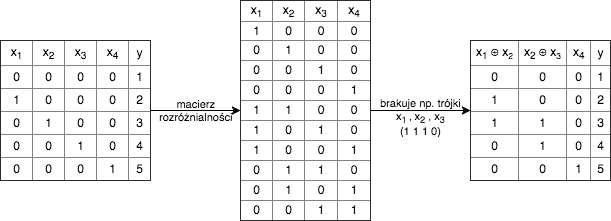
The draw.io diagram paper/chapter03/multiple-decomposition.png in OrdonTeam/MasterThesis, before a commit. Source tidied: cells renumbered, new cells last; positions are measured from the earlier drawing's top-left corner, leaving out a move shared by most shapes.
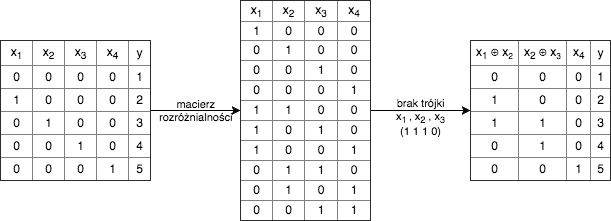
Above is the later version.

The edit, as a diff of the source:
```diff
@@ -8,7 +8,7 @@
     <mxCell id="3" value="&lt;table border=&quot;1&quot; width=&quot;100%&quot; style=&quot;width: 100% ; height: 100% ; border-collapse: collapse&quot;&gt;&lt;tbody&gt;&lt;tr&gt;&lt;td style=&quot;text-align: center&quot;&gt;x&lt;sub&gt;1&lt;/sub&gt;&lt;/td&gt;&lt;td style=&quot;text-align: center&quot;&gt;x&lt;sub&gt;2&lt;/sub&gt;&lt;/td&gt;&lt;td style=&quot;text-align: center&quot;&gt;x&lt;sub&gt;3&lt;/sub&gt;&lt;/td&gt;&lt;td style=&quot;text-align: center&quot;&gt;x&lt;sub&gt;4&lt;/sub&gt;&lt;/td&gt;&lt;td style=&quot;text-align: center&quot;&gt;y&lt;/td&gt;&lt;/tr&gt;&lt;tr&gt;&lt;td align=&quot;center&quot;&gt;0&lt;/td&gt;&lt;td align=&quot;center&quot;&gt;0&lt;/td&gt;&lt;td align=&quot;center&quot;&gt;0&lt;/td&gt;&lt;td style=&quot;text-align: center&quot;&gt;0&lt;/td&gt;&lt;td style=&quot;text-align: center&quot;&gt;1&lt;/td&gt;&lt;/tr&gt;&lt;tr&gt;&lt;td align=&quot;center&quot;&gt;1&lt;/td&gt;&lt;td align=&quot;center&quot;&gt;0&lt;/td&gt;&lt;td align=&quot;center&quot;&gt;0&lt;/td&gt;&lt;td style=&quot;text-align: center&quot;&gt;0&lt;/td&gt;&lt;td style=&quot;text-align: center&quot;&gt;2&lt;/td&gt;&lt;/tr&gt;&lt;tr&gt;&lt;td align=&quot;center&quot;&gt;0&lt;/td&gt;&lt;td align=&quot;center&quot;&gt;1&lt;/td&gt;&lt;td align=&quot;center&quot;&gt;0&lt;/td&gt;&lt;td style=&quot;text-align: center&quot;&gt;0&lt;/td&gt;&lt;td style=&quot;text-align: center&quot;&gt;3&lt;/td&gt;&lt;/tr&gt;&lt;tr&gt;&lt;td style=&quot;text-align: center&quot;&gt;0&lt;/td&gt;&lt;td style=&quot;text-align: center&quot;&gt;0&lt;/td&gt;&lt;td style=&quot;text-align: center&quot;&gt;1&lt;/td&gt;&lt;td style=&quot;text-align: center&quot;&gt;0&lt;/td&gt;&lt;td style=&quot;text-align: center&quot;&gt;4&lt;/td&gt;&lt;/tr&gt;&lt;tr&gt;&lt;td style=&quot;text-align: center&quot;&gt;0&lt;/td&gt;&lt;td style=&quot;text-align: center&quot;&gt;0&lt;/td&gt;&lt;td style=&quot;text-align: center&quot;&gt;0&lt;/td&gt;&lt;td style=&quot;text-align: center&quot;&gt;1&lt;/td&gt;&lt;td style=&quot;text-align: center&quot;&gt;5&lt;/td&gt;&lt;/tr&gt;&lt;/tbody&gt;&lt;/table&gt;" style="text;html=1;overflow=fill;" parent="1" vertex="1">
       <mxGeometry y="40" width="150" height="140" as="geometry" />
     </mxCell>
-    <mxCell id="4" value="&lt;div&gt;&lt;br&gt;&lt;/div&gt;&lt;div&gt;brakuje np. trójki&lt;/div&gt;&lt;div&gt;x&lt;sub&gt;1&amp;nbsp;&lt;/sub&gt;&lt;font size=&quot;1&quot;&gt;,&amp;nbsp;&lt;/font&gt;x&lt;sub&gt;2&lt;/sub&gt;&amp;nbsp;, x&lt;font size=&quot;1&quot;&gt;&lt;sub&gt;3&lt;/sub&gt;&lt;/font&gt;&lt;/div&gt;(1 1 1 0)" style="edgeStyle=none;rounded=0;html=1;exitX=1;exitY=0.5;entryX=0;entryY=0.5;jettySize=auto;labelBackgroundColor=none;" parent="1" edge="1" source="5" target="6">
+    <mxCell id="4" value="&lt;div&gt;&lt;br&gt;&lt;/div&gt;&lt;div&gt;brak trójki&lt;/div&gt;&lt;div&gt;x&lt;sub&gt;1&amp;nbsp;&lt;/sub&gt;&lt;font size=&quot;1&quot;&gt;,&amp;nbsp;&lt;/font&gt;x&lt;sub&gt;2&lt;/sub&gt;&amp;nbsp;, x&lt;font size=&quot;1&quot;&gt;&lt;sub&gt;3&lt;/sub&gt;&lt;/font&gt;&lt;/div&gt;(1 1 1 0)" style="edgeStyle=none;rounded=0;html=1;exitX=1;exitY=0.5;entryX=0;entryY=0.5;jettySize=auto;labelBackgroundColor=none;" parent="1" edge="1" source="5" target="6">
       <mxGeometry relative="1" as="geometry" />
     </mxCell>
     <mxCell id="5" value="&lt;table border=&quot;1&quot; width=&quot;100%&quot; style=&quot;text-align: center ; width: 100% ; height: 100% ; border-collapse: collapse&quot;&gt;&lt;tbody&gt;&lt;tr&gt;&lt;td style=&quot;text-align: center&quot;&gt;x&lt;sub&gt;1&lt;/sub&gt;&lt;/td&gt;&lt;td style=&quot;text-align: center&quot;&gt;x&lt;sub&gt;2&lt;/sub&gt;&lt;/td&gt;&lt;td style=&quot;text-align: center&quot;&gt;x&lt;sub&gt;3&lt;/sub&gt;&lt;/td&gt;&lt;td style=&quot;text-align: center&quot;&gt;x&lt;sub&gt;4&lt;/sub&gt;&lt;/td&gt;&lt;/tr&gt;&lt;tr&gt;&lt;td align=&quot;center&quot;&gt;1&lt;/td&gt;&lt;td align=&quot;center&quot;&gt;0&lt;/td&gt;&lt;td align=&quot;center&quot;&gt;0&lt;/td&gt;&lt;td style=&quot;text-align: center&quot;&gt;0&lt;/td&gt;&lt;/tr&gt;&lt;tr&gt;&lt;td align=&quot;center&quot;&gt;0&lt;/td&gt;&lt;td align=&quot;center&quot;&gt;1&lt;/td&gt;&lt;td align=&quot;center&quot;&gt;0&lt;/td&gt;&lt;td style=&quot;text-align: center&quot;&gt;0&lt;/td&gt;&lt;/tr&gt;&lt;tr&gt;&lt;td style=&quot;text-align: center&quot;&gt;0&lt;/td&gt;&lt;td style=&quot;text-align: center&quot;&gt;0&lt;/td&gt;&lt;td style=&quot;text-align: center&quot;&gt;1&lt;/td&gt;&lt;td style=&quot;text-align: center&quot;&gt;0&lt;/td&gt;&lt;/tr&gt;&lt;tr&gt;&lt;td style=&quot;text-align: center&quot;&gt;0&lt;/td&gt;&lt;td style=&quot;text-align: center&quot;&gt;0&lt;/td&gt;&lt;td style=&quot;text-align: center&quot;&gt;0&lt;/td&gt;&lt;td style=&quot;text-align: center&quot;&gt;1&lt;/td&gt;&lt;/tr&gt;&lt;tr&gt;&lt;td&gt;1&lt;/td&gt;&lt;td&gt;1&lt;/td&gt;&lt;td&gt;0&lt;/td&gt;&lt;td&gt;0&lt;/td&gt;&lt;/tr&gt;&lt;tr&gt;&lt;td&gt;1&lt;/td&gt;&lt;td&gt;0&lt;/td&gt;&lt;td&gt;1&lt;/td&gt;&lt;td&gt;0&lt;/td&gt;&lt;/tr&gt;&lt;tr&gt;&lt;td&gt;1&lt;/td&gt;&lt;td&gt;0&lt;/td&gt;&lt;td&gt;0&lt;/td&gt;&lt;td&gt;1&lt;/td&gt;&lt;/tr&gt;&lt;tr&gt;&lt;td&gt;0&lt;/td&gt;&lt;td&gt;1&lt;/td&gt;&lt;td&gt;1&lt;/td&gt;&lt;td&gt;0&lt;/td&gt;&lt;/tr&gt;&lt;tr&gt;&lt;td&gt;0&lt;/td&gt;&lt;td&gt;1&lt;/td&gt;&lt;td&gt;0&lt;/td&gt;&lt;td&gt;1&lt;/td&gt;&lt;/tr&gt;&lt;tr&gt;&lt;td&gt;0&lt;/td&gt;&lt;td&gt;0&lt;/td&gt;&lt;td&gt;1&lt;/td&gt;&lt;td&gt;1&lt;/td&gt;&lt;/tr&gt;&lt;/tbody&gt;&lt;/table&gt;" style="text;html=1;overflow=fill;" parent="1" vertex="1">
```
